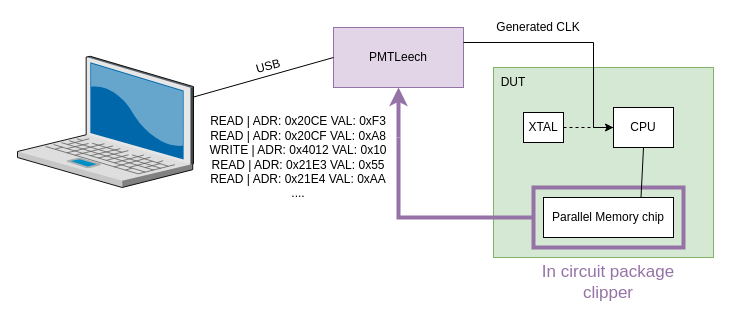
The draw.io diagram PMTLeech_concept.drawio in Sfeeen/PMTleech, before the edit. Source tidied: cells renumbered, new cells numbered last; positions are measured from the earlier drawing's top-left corner, leaving out a move shared by most shapes. Both pictures are drawn from the tidied source at 100%, with x=0, y=0 at pixel (17, 17).
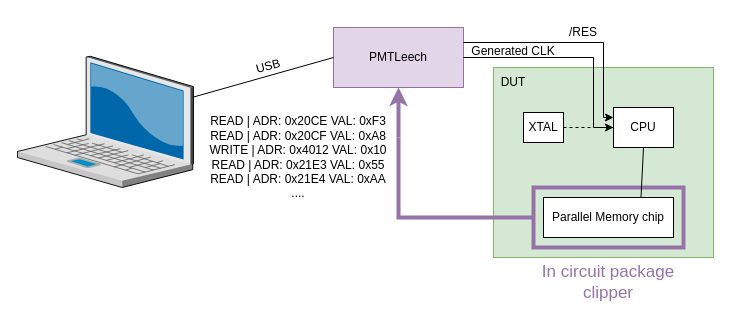
The same diagram, later.

The change refers to these unchanged cells:
```xml
<mxCell id="2" value="PMTLeech" style="rounded=0;whiteSpace=wrap;html=1;fillColor=#e1d5e7;strokeColor=#9673a6;" parent="1" vertex="1">
  <mxGeometry x="316" y="10" width="130" height="60" as="geometry" />
</mxCell>
<mxCell id="5" value="CPU" style="rounded=0;whiteSpace=wrap;html=1;" parent="1" vertex="1">
  <mxGeometry x="596" y="90" width="60" height="40" as="geometry" />
</mxCell>
```

Change to the diagram source:
```diff
@@
-    <mxCell id="12" style="endArrow=classic;html=1;rounded=0;entryX=0;entryY=0.5;entryDx=0;entryDy=0;exitX=1;exitY=0.25;exitDx=0;exitDy=0;" parent="1" edge="1" source="2" target="5">
+    <mxCell id="12" style="endArrow=classic;html=1;rounded=0;entryX=0;entryY=0.5;entryDx=0;entryDy=0;exitX=1;exitY=0.5;exitDx=0;exitDy=0;" parent="1" edge="1" source="2" target="5">
       <mxGeometry relative="1" as="geometry">
         <Array as="points">
-          <mxPoint x="576" y="25" />
+          <mxPoint x="576" y="40" />
           <mxPoint x="576" y="110" />
         </Array>
       </mxGeometry>
     </mxCell>
@@
     <mxCell id="16" value="Generated CLK" style="text;html=1;align=center;verticalAlign=middle;whiteSpace=wrap;rounded=0;rotation=0;" parent="1" vertex="1">
-      <mxGeometry x="476" width="90" height="20" as="geometry" />
+      <mxGeometry x="451" y="30" width="90" height="8.8" as="geometry" />
     </mxCell>
@@
+    <mxCell id="20" style="endArrow=classic;html=1;rounded=0;entryX=0;entryY=0.25;entryDx=0;entryDy=0;exitX=1;exitY=0.25;exitDx=0;exitDy=0;" parent="1" edge="1" source="2" target="5">
+      <mxGeometry relative="1" as="geometry">
+        <Array as="points">
+          <mxPoint x="586" y="25" />
+          <mxPoint x="586" y="100" />
+        </Array>
+      </mxGeometry>
+    </mxCell>
+    <mxCell id="21" value="/RES" style="text;html=1;align=center;verticalAlign=middle;whiteSpace=wrap;rounded=0;rotation=0;" parent="1" vertex="1">
+      <mxGeometry x="546" y="10" width="40" height="10" as="geometry" />
+    </mxCell>
```
